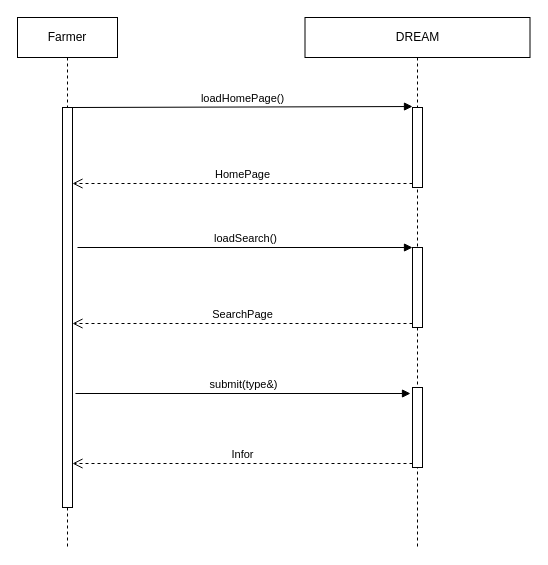
ictar/DREAM-SE2-Project-2022 keeps this draw.io diagram as page "FarmerCheckInfo" (6 of 12) of RASD/diagrams/Sequence Diagram.drawio. Above is the earlier version. Source tidied: cells renumbered, new cells numbered last; positions are measured from the earlier drawing's top-left corner, leaving out a move shared by most shapes. Both pictures are drawn from the tidied source at 100%, with x=0, y=0 at pixel (17, 17).
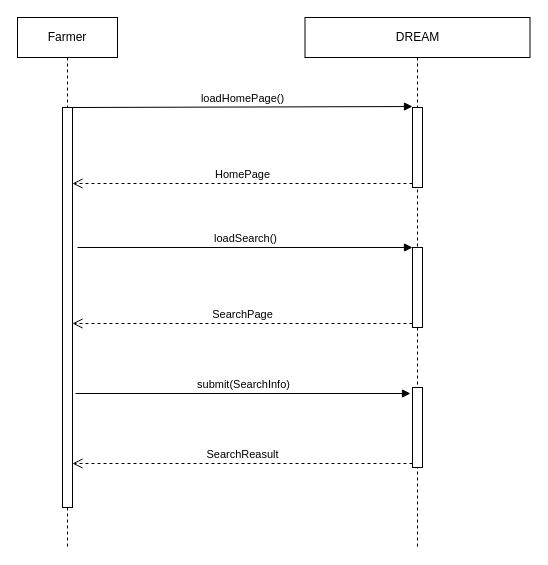
Above is the later version.

Commit message (it also covers changes not shown here):
Submit sequence diagram

The edit, as a diff of the source:
```diff
@@
 <mxGraphModel>
   <root>
     <mxCell id="0" />
     <mxCell id="1" parent="0" />
     <mxCell id="2" value="Farmer" style="shape=umlLifeline;perimeter=lifelinePerimeter;whiteSpace=wrap;html=1;" parent="1" vertex="1">
       <mxGeometry width="100" height="530" as="geometry" />
     </mxCell>
     <mxCell id="3" value="DREAM" style="shape=umlLifeline;perimeter=lifelinePerimeter;whiteSpace=wrap;html=1;" parent="1" vertex="1">
       <mxGeometry x="287.5" width="225" height="530" as="geometry" />
     </mxCell>
     <mxCell id="4" value="loadHomePage()" style="html=1;verticalAlign=bottom;endArrow=block;rounded=0;entryX=0;entryY=-0.012;entryDx=0;entryDy=0;entryPerimeter=0;" parent="1" edge="1" target="10">
       <mxGeometry relative="1" as="geometry">
         <mxPoint x="55" y="90" as="sourcePoint" />
       </mxGeometry>
     </mxCell>
     <mxCell id="5" value="HomePage" style="html=1;verticalAlign=bottom;endArrow=open;dashed=1;endSize=8;exitX=0;exitY=0.95;rounded=0;" parent="1" edge="1" source="10">
       <mxGeometry relative="1" as="geometry">
         <mxPoint x="55" y="166" as="targetPoint" />
       </mxGeometry>
     </mxCell>
     <mxCell id="6" value="loadSearch()" style="html=1;verticalAlign=bottom;endArrow=block;entryX=0;entryY=0;rounded=0;" parent="1" edge="1" target="11">
       <mxGeometry relative="1" as="geometry">
         <mxPoint x="60" y="230" as="sourcePoint" />
       </mxGeometry>
     </mxCell>
     <mxCell id="7" value="SearchPage" style="html=1;verticalAlign=bottom;endArrow=open;dashed=1;endSize=8;exitX=0;exitY=0.95;rounded=0;" parent="1" edge="1" source="11">
       <mxGeometry relative="1" as="geometry">
         <mxPoint x="55" y="306" as="targetPoint" />
       </mxGeometry>
     </mxCell>
-    <mxCell id="8" value="submit(type&amp;amp;)" style="html=1;verticalAlign=bottom;endArrow=block;entryX=0;entryY=0;rounded=0;" parent="1" edge="1">
+    <mxCell id="8" value="submit(SearchInfo)" style="html=1;verticalAlign=bottom;endArrow=block;entryX=0;entryY=0;rounded=0;" parent="1" edge="1">
       <mxGeometry relative="1" as="geometry">
         <mxPoint x="58" y="376" as="sourcePoint" />
         <mxPoint x="393" y="376" as="targetPoint" />
       </mxGeometry>
     </mxCell>
-    <mxCell id="9" value="Infor" style="html=1;verticalAlign=bottom;endArrow=open;dashed=1;endSize=8;exitX=0;exitY=0.95;rounded=0;" parent="1" edge="1">
+    <mxCell id="9" value="SearchReasult" style="html=1;verticalAlign=bottom;endArrow=open;dashed=1;endSize=8;exitX=0;exitY=0.95;rounded=0;" parent="1" edge="1">
       <mxGeometry relative="1" as="geometry">
         <mxPoint x="395" y="446" as="sourcePoint" />
         <mxPoint x="55" y="446" as="targetPoint" />
       </mxGeometry>
     </mxCell>
     <mxCell id="10" style="html=1;points=[];perimeter=orthogonalPerimeter;" parent="1" vertex="1">
       <mxGeometry x="395" y="90" width="10" height="80" as="geometry" />
     </mxCell>
     <mxCell id="11" style="html=1;points=[];perimeter=orthogonalPerimeter;" parent="1" vertex="1">
       <mxGeometry x="395" y="230" width="10" height="80" as="geometry" />
     </mxCell>
     <mxCell id="12" style="html=1;perimeter=orthogonalPerimeter;" parent="1" vertex="1">
       <mxGeometry x="395" y="370" width="10" height="80" as="geometry" />
     </mxCell>
     <mxCell id="13" style="html=1;perimeter=orthogonalPerimeter;" parent="1" vertex="1">
       <mxGeometry x="45" y="90" width="10" height="400" as="geometry" />
     </mxCell>
   </root>
 </mxGraphModel>
```
